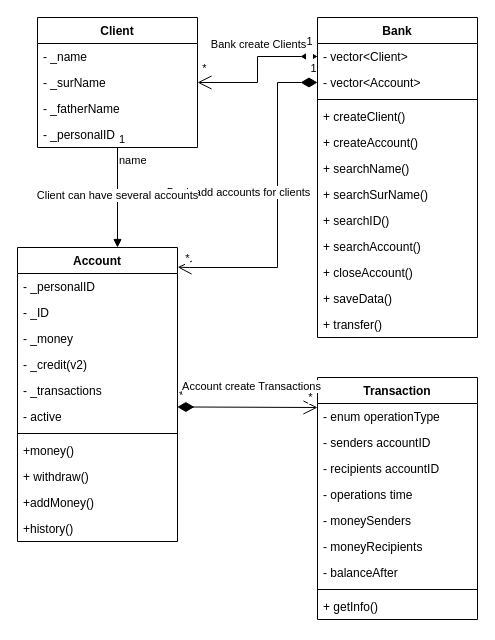
Earlier version of the draw.io diagram docs/ClassesMap.drawio (vsavchenko2408/BancAccounts2). Source tidied: cells renumbered, new cells numbered last; positions are measured from the earlier drawing's top-left corner, leaving out a move shared by most shapes. Both pictures are drawn from the tidied source at 100%, with x=0, y=0 at pixel (17, 17).
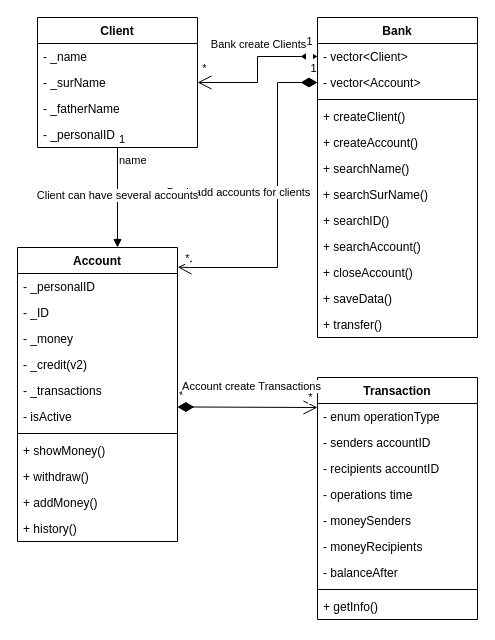
The same page after the edit.

The change refers to these unchanged cells:
```xml
<mxCell id="7" value="Account" style="swimlane;fontStyle=1;align=center;verticalAlign=top;horizontal=1;startSize=26;whiteSpace=wrap;html=1;" parent="1" vertex="1">
  <mxGeometry y="230" width="160" height="294" as="geometry" />
</mxCell>
```

The edit, as a diff of the source:
```diff
@@
-    <mxCell id="13" value="- active" style="text;strokeColor=none;fillColor=none;align=left;verticalAlign=top;spacingLeft=4;spacingRight=4;overflow=hidden;points=[[0,0.5],[1,0.5]];portConstraint=eastwest;whiteSpace=wrap;html=1;" parent="7" vertex="1">
+    <mxCell id="13" value="- isActive" style="text;strokeColor=none;fillColor=none;align=left;verticalAlign=top;spacingLeft=4;spacingRight=4;overflow=hidden;points=[[0,0.5],[1,0.5]];portConstraint=eastwest;whiteSpace=wrap;html=1;" parent="7" vertex="1">
       <mxGeometry y="156" width="160" height="26" as="geometry" />
     </mxCell>
@@
-    <mxCell id="15" value="+money()" style="text;strokeColor=none;fillColor=none;align=left;verticalAlign=top;spacingLeft=4;spacingRight=4;overflow=hidden;whiteSpace=wrap;html=1;" parent="7" vertex="1">
+    <mxCell id="15" value="+ showMoney()" style="text;strokeColor=none;fillColor=none;align=left;verticalAlign=top;spacingLeft=4;spacingRight=4;overflow=hidden;whiteSpace=wrap;html=1;" parent="7" vertex="1">
       <mxGeometry y="190" width="160" height="26" as="geometry" />
     </mxCell>
@@
-    <mxCell id="17" value="+addMoney()" style="text;strokeColor=none;fillColor=none;align=left;verticalAlign=top;spacingLeft=4;spacingRight=4;overflow=hidden;whiteSpace=wrap;html=1;" parent="7" vertex="1">
+    <mxCell id="17" value="+ addMoney()" style="text;strokeColor=none;fillColor=none;align=left;verticalAlign=top;spacingLeft=4;spacingRight=4;overflow=hidden;whiteSpace=wrap;html=1;" parent="7" vertex="1">
       <mxGeometry y="242" width="160" height="26" as="geometry" />
     </mxCell>
-    <mxCell id="18" value="+history()" style="text;strokeColor=none;fillColor=none;align=left;verticalAlign=top;spacingLeft=4;spacingRight=4;overflow=hidden;whiteSpace=wrap;html=1;" parent="7" vertex="1">
+    <mxCell id="18" value="+ history()" style="text;strokeColor=none;fillColor=none;align=left;verticalAlign=top;spacingLeft=4;spacingRight=4;overflow=hidden;whiteSpace=wrap;html=1;" parent="7" vertex="1">
       <mxGeometry y="268" width="160" height="26" as="geometry" />
     </mxCell>
```
